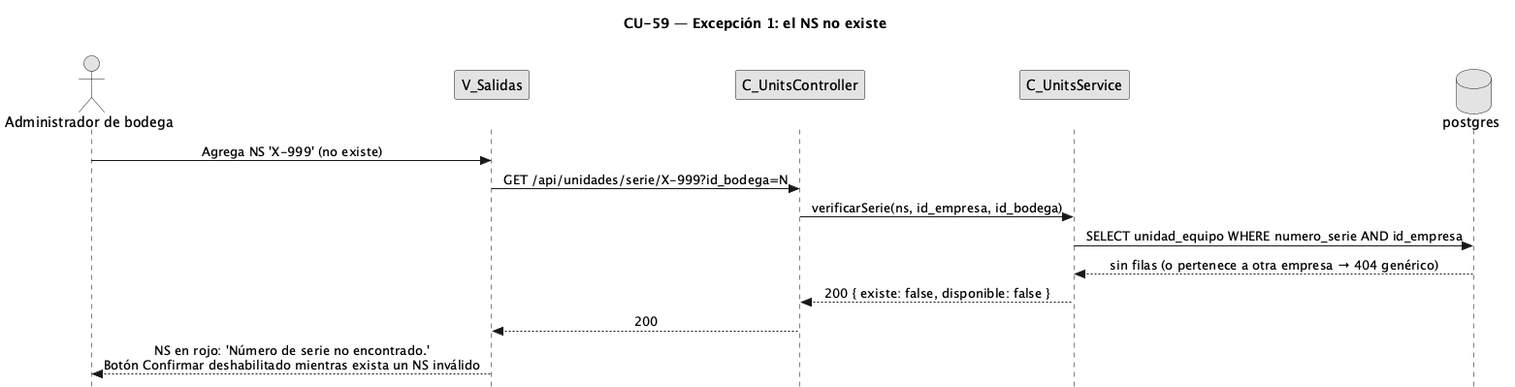
FSM-Finet-y-Cable-Magico/Team_1-Inventario-y-Bodega keeps this PlantUML diagram as diagramas/diagramas-secuencia/CU59/CU59-exc-ns-no-existe.png. Above is the earlier version.
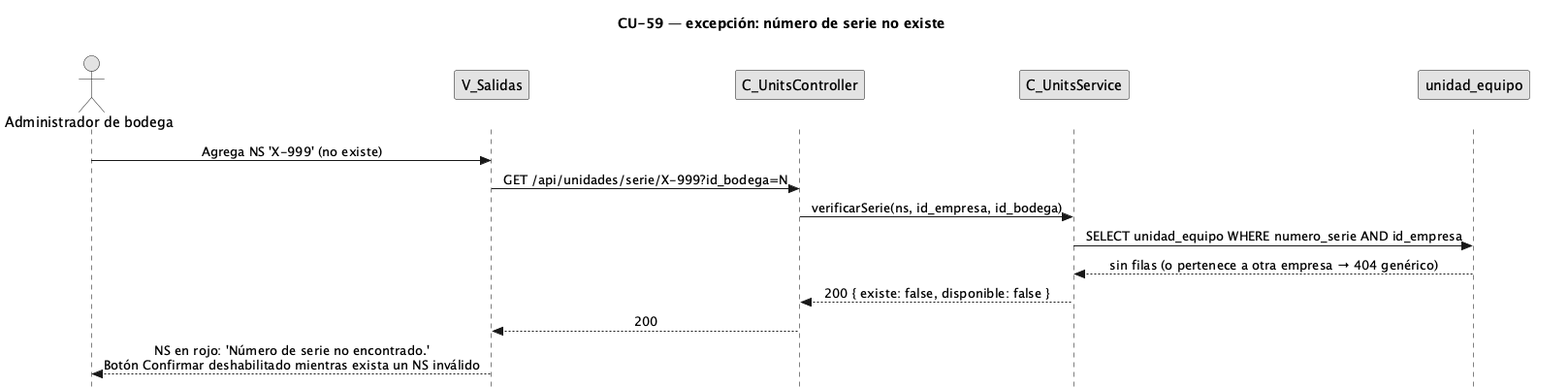
Above is the later version.

Diff of the diagram source:
```diff
@@ -1,5 +1,5 @@
 @startuml CU59-exc-ns-no-existe
-title CU-59 — Excepción 1: el NS no existe
+title CU-59 — excepción: número de serie no existe
 skinparam style strictuml
 skinparam monochrome true
 skinparam shadowing false
@@ -15,13 +15,13 @@
 participant "V_Salidas" as view
 participant "C_UnitsController" as uctrl
 participant "C_UnitsService" as usvc
-database "postgres" as db
+participant "unidad_equipo" as uent
 
 user -> view : Agrega NS 'X-999' (no existe)
 view -> uctrl : GET /api/unidades/serie/X-999?id_bodega=N
 uctrl -> usvc : verificarSerie(ns, id_empresa, id_bodega)
-usvc -> db : SELECT unidad_equipo WHERE numero_serie AND id_empresa
-db --> usvc : sin filas (o pertenece a otra empresa → 404 genérico)
+usvc -> uent : SELECT unidad_equipo WHERE numero_serie AND id_empresa
+uent --> usvc : sin filas (o pertenece a otra empresa → 404 genérico)
 usvc --> uctrl : 200 { existe: false, disponible: false }
 uctrl --> view : 200
 view --> user : NS en rojo: 'Número de serie no encontrado.'\nBotón Confirmar deshabilitado mientras exista un NS inválido
```
